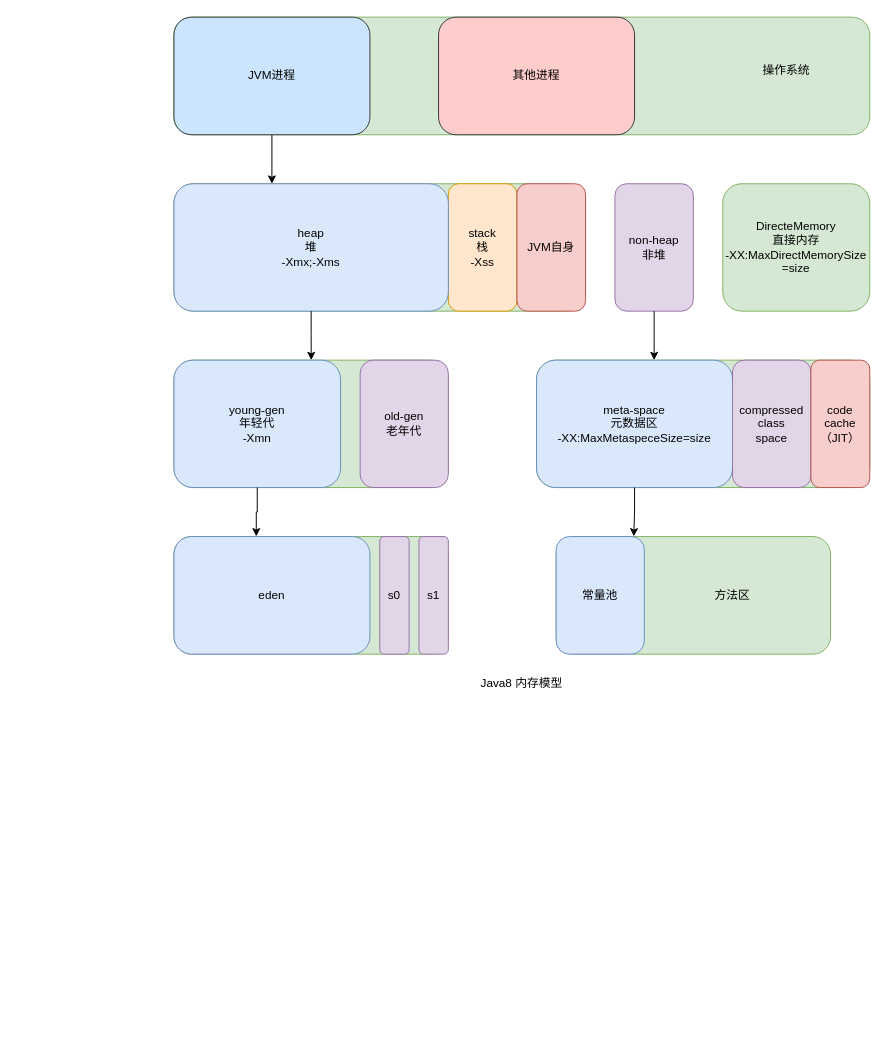
This is JDK/JVM.drawio from oliverschen/draw.io, a draw.io file, before an edit. Source tidied: cells renumbered, new cells numbered last; positions are measured from the earlier drawing's top-left corner, leaving out a move shared by most shapes. Both pictures are drawn from the tidied source at 98%, with x=0, y=0 at pixel (173, 17).
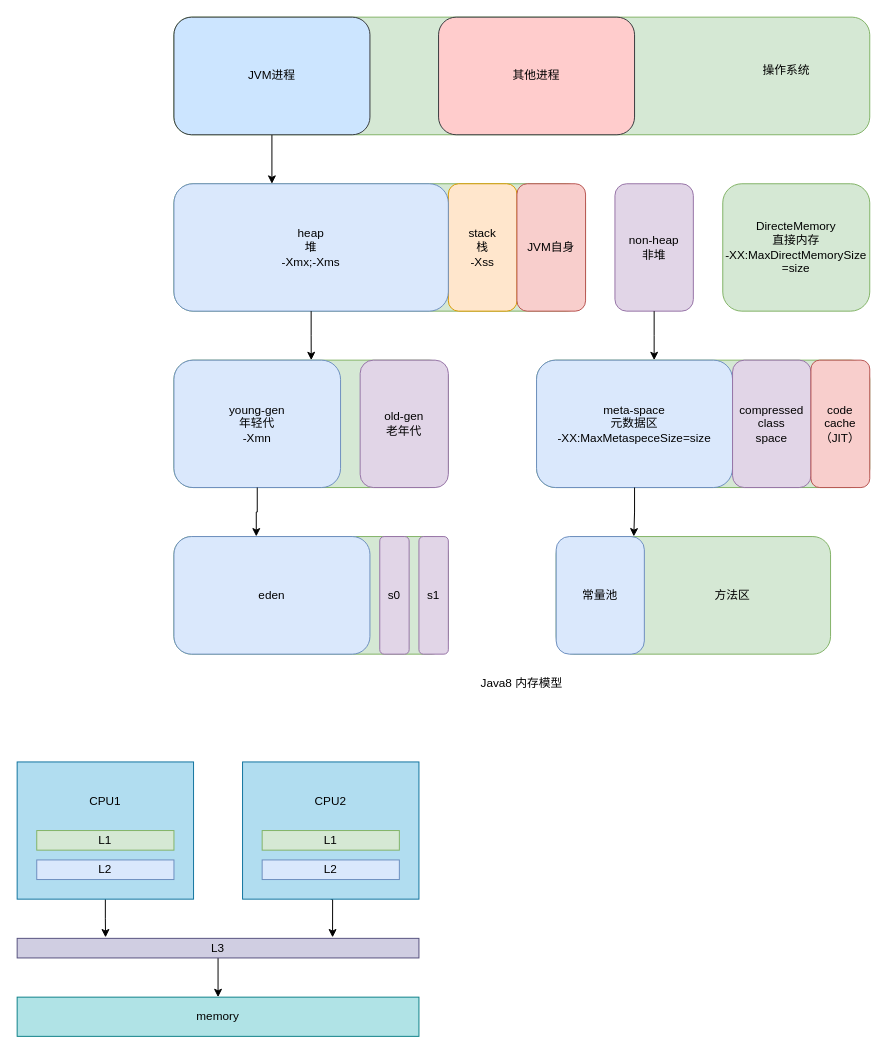
After the change.

What changed in the source:
```diff
@@
+    <mxCell id="33" style="edgeStyle=orthogonalEdgeStyle;rounded=0;jettySize=auto;html=1;entryX=0.22;entryY=-0.05;entryDx=0;entryDy=0;entryPerimeter=0;" parent="1" edge="1" source="34" target="44">
+      <mxGeometry relative="1" as="geometry" />
+    </mxCell>
+    <mxCell id="34" style="rounded=0;whiteSpace=wrap;html=1;fillColor=#b1ddf0;strokeColor=#10739e;" parent="1" vertex="1">
+      <mxGeometry x="-160" y="760" width="180" height="140" as="geometry" />
+    </mxCell>
@@
+    <mxCell id="35" value="L1" style="rounded=0;whiteSpace=wrap;html=1;fillColor=#d5e8d4;strokeColor=#82b366;" parent="1" vertex="1">
+      <mxGeometry x="-140" y="830" width="140" height="20" as="geometry" />
+    </mxCell>
+    <mxCell id="36" value="L2" style="rounded=0;whiteSpace=wrap;html=1;fillColor=#dae8fc;strokeColor=#6c8ebf;" parent="1" vertex="1">
+      <mxGeometry x="-140" y="860" width="140" height="20" as="geometry" />
+    </mxCell>
+    <mxCell id="37" value="CPU1" style="text;html=1;strokeColor=none;fillColor=none;align=center;verticalAlign=middle;whiteSpace=wrap;rounded=0;" parent="1" vertex="1">
+      <mxGeometry x="-90" y="790" width="40" height="20" as="geometry" />
+    </mxCell>
+    <mxCell id="38" style="edgeStyle=orthogonalEdgeStyle;rounded=0;jettySize=auto;html=1;exitX=0.5;exitY=1;exitDx=0;exitDy=0;entryX=0.785;entryY=-0.05;entryDx=0;entryDy=0;entryPerimeter=0;" parent="1" edge="1" source="39" target="44">
+      <mxGeometry relative="1" as="geometry" />
+    </mxCell>
+    <mxCell id="39" style="rounded=0;whiteSpace=wrap;html=1;fillColor=#b1ddf0;strokeColor=#10739e;" parent="1" vertex="1">
+      <mxGeometry x="70" y="760" width="180" height="140" as="geometry" />
+    </mxCell>
+    <mxCell id="40" value="L1" style="rounded=0;whiteSpace=wrap;html=1;fillColor=#d5e8d4;strokeColor=#82b366;" parent="1" vertex="1">
+      <mxGeometry x="90" y="830" width="140" height="20" as="geometry" />
+    </mxCell>
+    <mxCell id="41" value="L2" style="rounded=0;whiteSpace=wrap;html=1;fillColor=#dae8fc;strokeColor=#6c8ebf;" parent="1" vertex="1">
+      <mxGeometry x="90" y="860" width="140" height="20" as="geometry" />
+    </mxCell>
+    <mxCell id="42" value="CPU2" style="text;html=1;strokeColor=none;fillColor=none;align=center;verticalAlign=middle;whiteSpace=wrap;rounded=0;" parent="1" vertex="1">
+      <mxGeometry x="140" y="790" width="40" height="20" as="geometry" />
+    </mxCell>
+    <mxCell id="43" style="edgeStyle=orthogonalEdgeStyle;rounded=0;jettySize=auto;html=1;entryX=0.5;entryY=0;entryDx=0;entryDy=0;" parent="1" edge="1" source="44" target="45">
+      <mxGeometry relative="1" as="geometry" />
+    </mxCell>
+    <mxCell id="44" value="L3" style="rounded=0;whiteSpace=wrap;html=1;fillColor=#d0cee2;strokeColor=#56517e;" parent="1" vertex="1">
+      <mxGeometry x="-160" y="940" width="410" height="20" as="geometry" />
+    </mxCell>
+    <mxCell id="45" value="memory" style="rounded=0;whiteSpace=wrap;html=1;fillColor=#b0e3e6;strokeColor=#0e8088;" parent="1" vertex="1">
+      <mxGeometry x="-160" y="1000" width="410" height="40" as="geometry" />
+    </mxCell>
```
